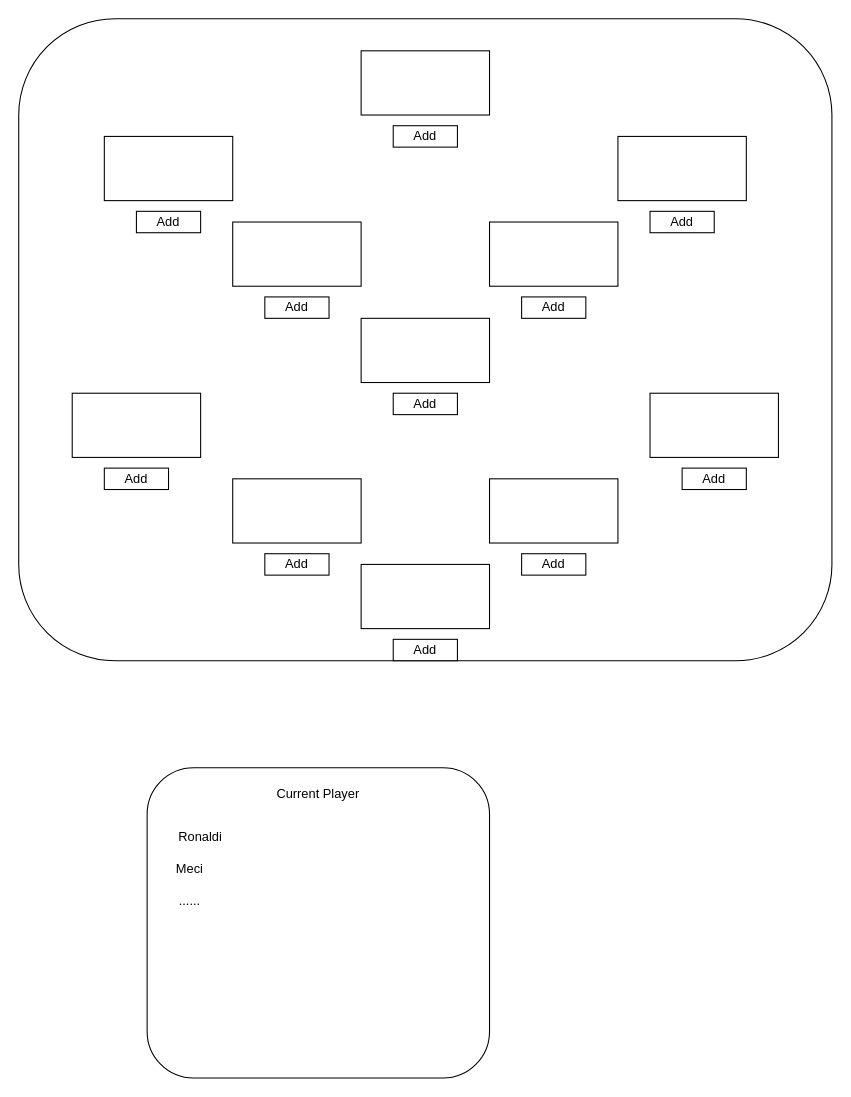
Earlier version of the draw.io diagram laptrinhnangcaopython/DeTaiCuoiKi/QLDABONG/Team.drawio (mintrit29/nam1-nam2-c-python-). Source tidied: cells renumbered, new cells numbered last; positions are measured from the earlier drawing's top-left corner, leaving out a move shared by most shapes. Both pictures are drawn from the tidied source at 107%, with x=0, y=0 at pixel (18, 18).
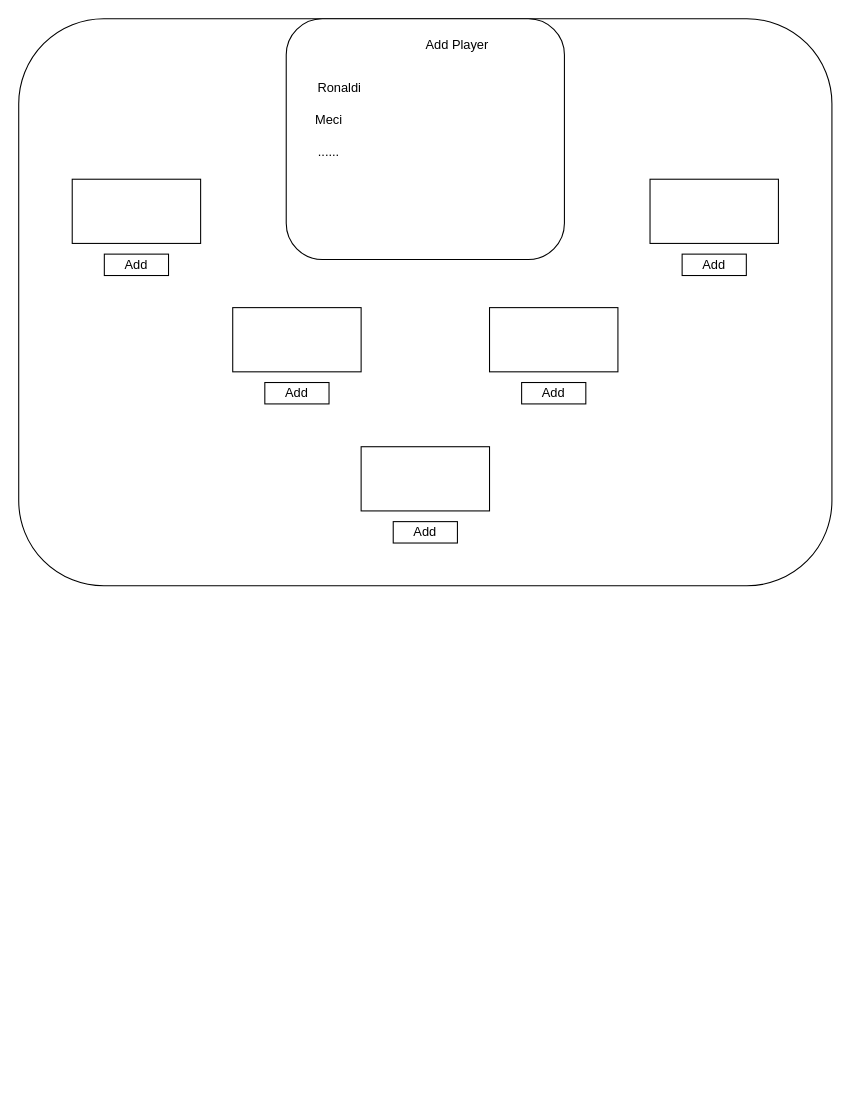
Above is the later version.

What changed in the source:
```diff
@@
     <mxCell id="2" style="rounded=1;whiteSpace=wrap;html=1;" parent="1" vertex="1">
-      <mxGeometry width="760" height="600" as="geometry" />
+      <mxGeometry width="760" height="530" as="geometry" />
     </mxCell>
-    <mxCell id="3" style="rounded=0;whiteSpace=wrap;html=1;" parent="1" vertex="1">
-      <mxGeometry x="320" y="30" width="120" height="60" as="geometry" />
-    </mxCell>
-    <mxCell id="4" style="rounded=0;whiteSpace=wrap;html=1;" parent="1" vertex="1">
-      <mxGeometry x="560" y="110" width="120" height="60" as="geometry" />
-    </mxCell>
-    <mxCell id="5" style="rounded=0;whiteSpace=wrap;html=1;" parent="1" vertex="1">
-      <mxGeometry x="80" y="110" width="120" height="60" as="geometry" />
-    </mxCell>
-    <mxCell id="6" style="rounded=0;whiteSpace=wrap;html=1;" parent="1" vertex="1">
-      <mxGeometry x="200" y="190" width="120" height="60" as="geometry" />
-    </mxCell>
-    <mxCell id="7" style="rounded=0;whiteSpace=wrap;html=1;" parent="1" vertex="1">
-      <mxGeometry x="440" y="190" width="120" height="60" as="geometry" />
-    </mxCell>
-    <mxCell id="8" style="rounded=0;whiteSpace=wrap;html=1;" parent="1" vertex="1">
-      <mxGeometry x="320" y="280" width="120" height="60" as="geometry" />
-    </mxCell>
     <mxCell id="9" style="rounded=0;whiteSpace=wrap;html=1;" parent="1" vertex="1">
-      <mxGeometry x="320" y="510" width="120" height="60" as="geometry" />
+      <mxGeometry x="320" y="400" width="120" height="60" as="geometry" />
     </mxCell>
     <mxCell id="10" style="rounded=0;whiteSpace=wrap;html=1;" parent="1" vertex="1">
-      <mxGeometry x="590" y="350" width="120" height="60" as="geometry" />
+      <mxGeometry x="590" y="150" width="120" height="60" as="geometry" />
     </mxCell>
     <mxCell id="11" style="rounded=0;whiteSpace=wrap;html=1;" parent="1" vertex="1">
-      <mxGeometry x="50" y="350" width="120" height="60" as="geometry" />
+      <mxGeometry x="50" y="150" width="120" height="60" as="geometry" />
     </mxCell>
     <mxCell id="12" style="rounded=0;whiteSpace=wrap;html=1;" parent="1" vertex="1">
-      <mxGeometry x="200" y="430" width="120" height="60" as="geometry" />
+      <mxGeometry x="200" y="270" width="120" height="60" as="geometry" />
     </mxCell>
     <mxCell id="13" style="rounded=0;whiteSpace=wrap;html=1;" parent="1" vertex="1">
-      <mxGeometry x="440" y="430" width="120" height="60" as="geometry" />
+      <mxGeometry x="440" y="270" width="120" height="60" as="geometry" />
     </mxCell>
-    <mxCell id="14" value="Add" style="rounded=0;whiteSpace=wrap;html=1;" parent="1" vertex="1">
-      <mxGeometry x="110" y="180" width="60" height="20" as="geometry" />
-    </mxCell>
-    <mxCell id="15" value="Add" style="rounded=0;whiteSpace=wrap;html=1;" parent="1" vertex="1">
-      <mxGeometry x="350" y="100" width="60" height="20" as="geometry" />
-    </mxCell>
-    <mxCell id="16" value="Add" style="rounded=0;whiteSpace=wrap;html=1;" parent="1" vertex="1">
-      <mxGeometry x="230" y="260" width="60" height="20" as="geometry" />
-    </mxCell>
-    <mxCell id="17" value="Add" style="rounded=0;whiteSpace=wrap;html=1;" parent="1" vertex="1">
-      <mxGeometry x="350" y="350" width="60" height="20" as="geometry" />
-    </mxCell>
     <mxCell id="18" value="Add" style="rounded=0;whiteSpace=wrap;html=1;" parent="1" vertex="1">
-      <mxGeometry x="80" y="420" width="60" height="20" as="geometry" />
+      <mxGeometry x="80" y="220" width="60" height="20" as="geometry" />
     </mxCell>
-    <mxCell id="19" value="Add" style="rounded=0;whiteSpace=wrap;html=1;" parent="1" vertex="1">
-      <mxGeometry x="470" y="260" width="60" height="20" as="geometry" />
-    </mxCell>
-    <mxCell id="20" value="Add" style="rounded=0;whiteSpace=wrap;html=1;" parent="1" vertex="1">
-      <mxGeometry x="590" y="180" width="60" height="20" as="geometry" />
-    </mxCell>
     <mxCell id="21" value="Add" style="rounded=0;whiteSpace=wrap;html=1;" parent="1" vertex="1">
-      <mxGeometry x="230" y="500" width="60" height="20" as="geometry" />
+      <mxGeometry x="230" y="340" width="60" height="20" as="geometry" />
     </mxCell>
     <mxCell id="22" value="Add" style="rounded=0;whiteSpace=wrap;html=1;" parent="1" vertex="1">
-      <mxGeometry x="470" y="500" width="60" height="20" as="geometry" />
+      <mxGeometry x="470" y="340" width="60" height="20" as="geometry" />
     </mxCell>
     <mxCell id="23" value="Add" style="rounded=0;whiteSpace=wrap;html=1;" parent="1" vertex="1">
-      <mxGeometry x="620" y="420" width="60" height="20" as="geometry" />
+      <mxGeometry x="620" y="220" width="60" height="20" as="geometry" />
     </mxCell>
     <mxCell id="24" value="Add" style="rounded=0;whiteSpace=wrap;html=1;" parent="1" vertex="1">
-      <mxGeometry x="350" y="580" width="60" height="20" as="geometry" />
+      <mxGeometry x="350" y="470" width="60" height="20" as="geometry" />
     </mxCell>
     <mxCell id="25" style="rounded=1;whiteSpace=wrap;html=1;" parent="1" vertex="1">
-      <mxGeometry x="120" y="700" width="320" height="290" as="geometry" />
+      <mxGeometry x="250" width="260" height="225" as="geometry" />
     </mxCell>
-    <mxCell id="26" value="Current Player" style="text;html=1;strokeColor=none;fillColor=none;align=center;verticalAlign=middle;whiteSpace=wrap;rounded=0;" parent="1" vertex="1">
-      <mxGeometry x="240" y="710" width="80" height="30" as="geometry" />
+    <mxCell id="26" value="Add Player" style="text;html=1;strokeColor=none;fillColor=none;align=center;verticalAlign=middle;whiteSpace=wrap;rounded=0;" parent="1" vertex="1">
+      <mxGeometry x="370" y="10" width="80" height="30" as="geometry" />
     </mxCell>
     <mxCell id="27" value="Ronaldi" style="text;html=1;strokeColor=none;fillColor=none;align=center;verticalAlign=middle;whiteSpace=wrap;rounded=0;" parent="1" vertex="1">
-      <mxGeometry x="140" y="750" width="60" height="30" as="geometry" />
+      <mxGeometry x="270" y="50" width="60" height="30" as="geometry" />
     </mxCell>
     <mxCell id="28" value="Meci" style="text;html=1;strokeColor=none;fillColor=none;align=center;verticalAlign=middle;whiteSpace=wrap;rounded=0;" parent="1" vertex="1">
-      <mxGeometry x="130" y="780" width="60" height="30" as="geometry" />
+      <mxGeometry x="260" y="80" width="60" height="30" as="geometry" />
     </mxCell>
     <mxCell id="29" value="......" style="text;html=1;strokeColor=none;fillColor=none;align=center;verticalAlign=middle;whiteSpace=wrap;rounded=0;" parent="1" vertex="1">
-      <mxGeometry x="130" y="810" width="60" height="30" as="geometry" />
+      <mxGeometry x="260" y="110" width="60" height="30" as="geometry" />
     </mxCell>
```
